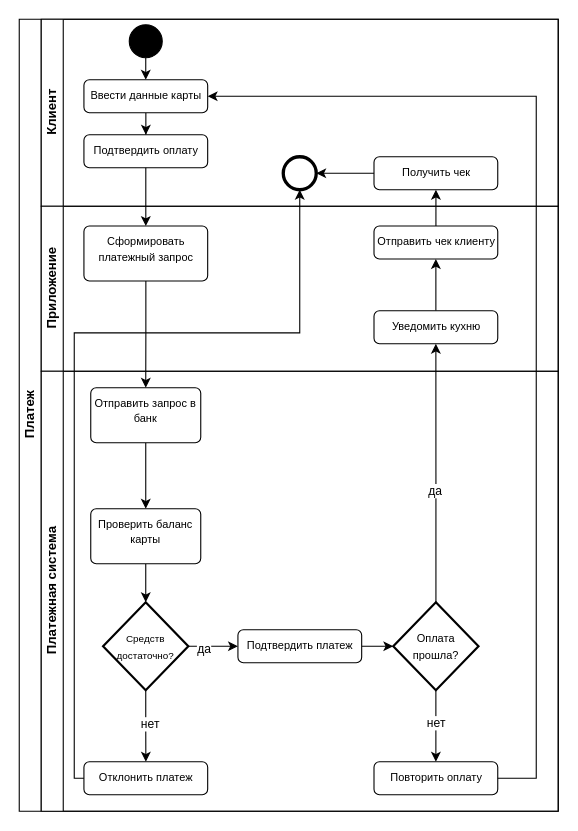
This is page "Страница-1" (1 of 2) of lab1/diagrams/activity.drawio from kovkelyana/visual-programming-labs-kovkel, a draw.io file, before an edit. Source tidied: cells renumbered, new cells numbered last; positions are measured from the earlier drawing's top-left corner, leaving out a move shared by most shapes. Both pictures are drawn from the tidied source at 110%, with x=0, y=0 at pixel (19, 19).
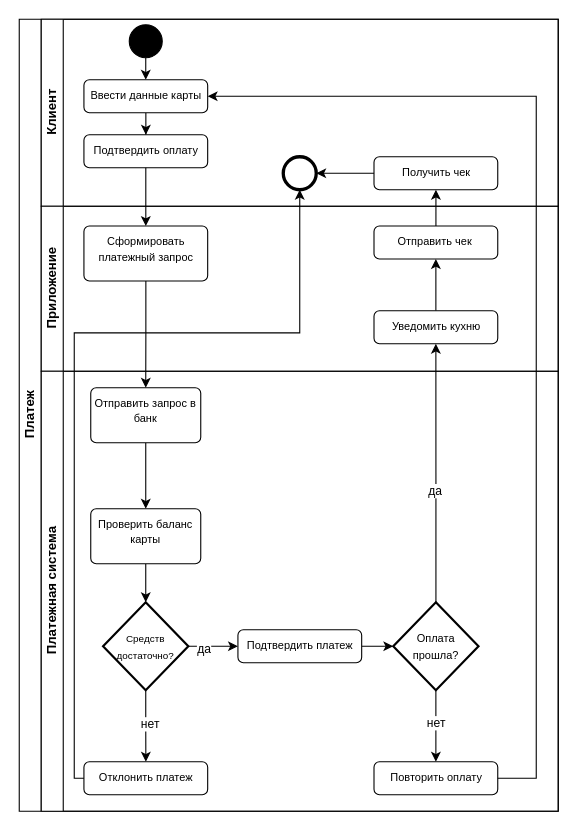
Above is the later version.

Commit message (it also covers changes not shown here):
Update UML Activity and Mermaid diagrams

The change refers to these unchanged cells:
```xml
<mxCell id="13" value="Приложение" style="swimlane;startSize=20;horizontal=0;html=1;" parent="2" vertex="1">
  <mxGeometry x="20" y="170" width="470" height="150" as="geometry" />
</mxCell>
```

The edit, as a diff of the source:
```diff
@@
-    <mxCell id="17" value="&lt;font style=&quot;font-size: 10px;&quot;&gt;Отправить чек клиенту&lt;/font&gt;" style="html=1;align=center;verticalAlign=top;rounded=1;absoluteArcSize=1;arcSize=10;dashed=0;whiteSpace=wrap;" parent="13" vertex="1">
+    <mxCell id="17" value="&lt;font style=&quot;font-size: 10px;&quot;&gt;Отправить чек&amp;nbsp;&lt;/font&gt;" style="html=1;align=center;verticalAlign=top;rounded=1;absoluteArcSize=1;arcSize=10;dashed=0;whiteSpace=wrap;" parent="13" vertex="1">
       <mxGeometry x="302.5" y="18" width="112.5" height="30" as="geometry" />
     </mxCell>
```
